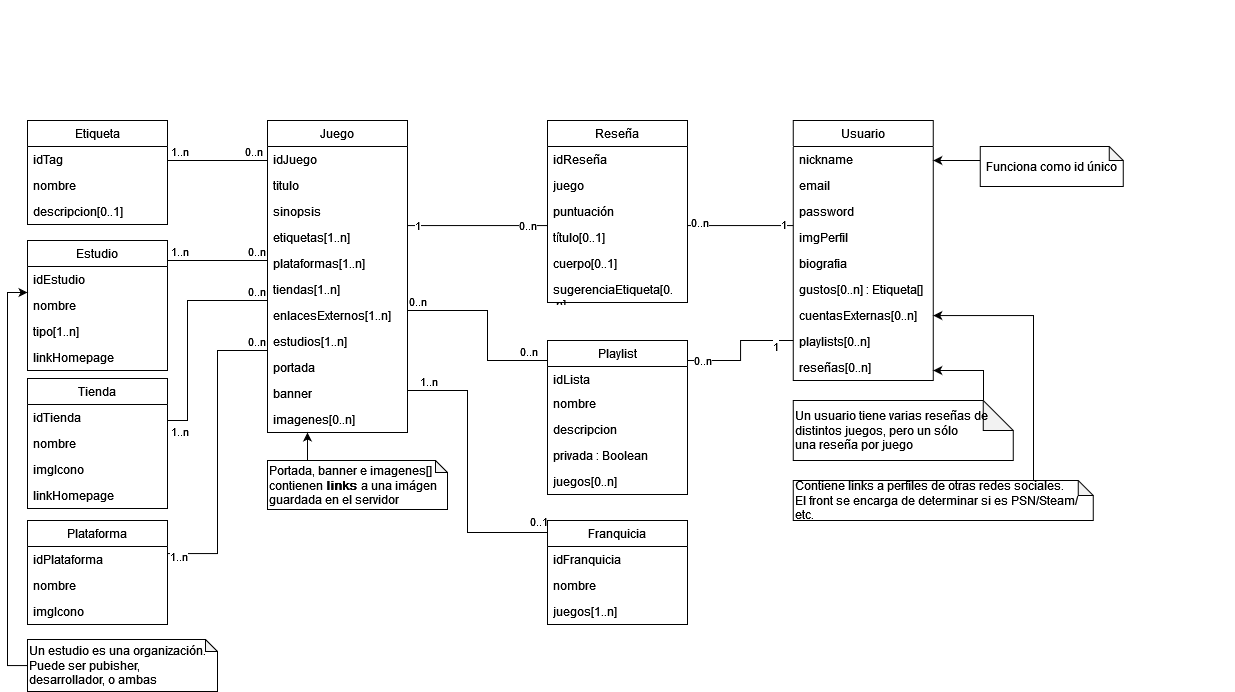
Before: DC_v1.1.png, a diagram exported from draw.io (Maig0l/proyecto-dsw). Source tidied: cells renumbered, new cells last; positions are measured from the earlier drawing's top-left corner, leaving out a move shared by most shapes.
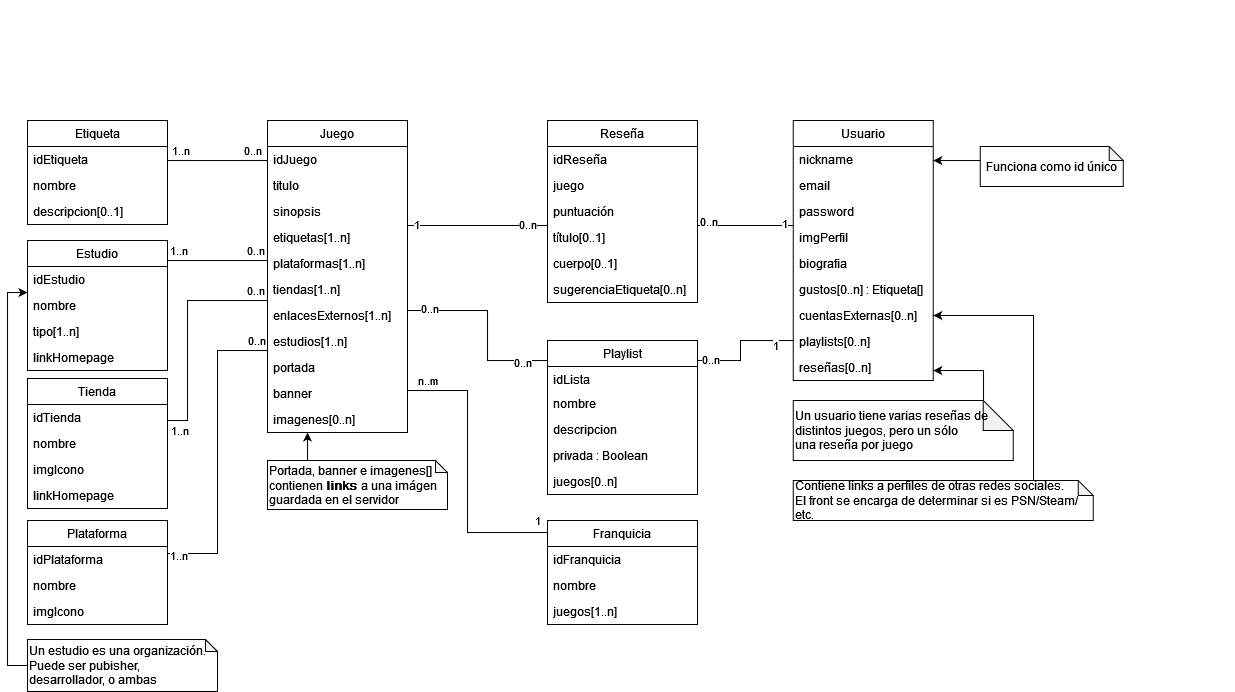
After the commit.

What changed in the source:
```diff
@@ -80,25 +80,25 @@
       <mxGeometry x="0.81" y="2" relative="1" as="geometry" />
     </mxCell>
     <mxCell id="22" value="Reseña" style="swimlane;fontStyle=0;horizontal=1;startSize=26;fillColor=none;whiteSpace=wrap;html=1;" parent="1" vertex="1">
-      <mxGeometry x="540" y="120" width="140" height="182" as="geometry" />
+      <mxGeometry x="540" y="120" width="150" height="182" as="geometry" />
     </mxCell>
     <mxCell id="23" value="idReseña" style="text;strokeColor=none;fillColor=none;align=left;verticalAlign=top;spacingLeft=4;spacingRight=4;overflow=hidden;whiteSpace=wrap;html=1;" parent="22" vertex="1">
-      <mxGeometry y="26" width="140" height="26" as="geometry" />
+      <mxGeometry y="26" width="150" height="26" as="geometry" />
     </mxCell>
     <mxCell id="24" value="juego" style="text;strokeColor=none;fillColor=none;align=left;verticalAlign=top;spacingLeft=4;spacingRight=4;overflow=hidden;whiteSpace=wrap;html=1;" parent="22" vertex="1">
-      <mxGeometry y="52" width="140" height="26" as="geometry" />
+      <mxGeometry y="52" width="150" height="26" as="geometry" />
     </mxCell>
     <mxCell id="25" value="puntuación" style="text;strokeColor=none;fillColor=none;align=left;verticalAlign=top;spacingLeft=4;spacingRight=4;overflow=hidden;whiteSpace=wrap;html=1;" parent="22" vertex="1">
-      <mxGeometry y="78" width="140" height="26" as="geometry" />
+      <mxGeometry y="78" width="150" height="26" as="geometry" />
     </mxCell>
     <mxCell id="26" value="título[0..1]" style="text;strokeColor=none;fillColor=none;align=left;verticalAlign=top;spacingLeft=4;spacingRight=4;overflow=hidden;whiteSpace=wrap;html=1;" parent="22" vertex="1">
-      <mxGeometry y="104" width="140" height="26" as="geometry" />
+      <mxGeometry y="104" width="150" height="26" as="geometry" />
     </mxCell>
     <mxCell id="27" value="cuerpo[0..1]" style="text;strokeColor=none;fillColor=none;align=left;verticalAlign=top;spacingLeft=4;spacingRight=4;overflow=hidden;whiteSpace=wrap;html=1;" parent="22" vertex="1">
-      <mxGeometry y="130" width="140" height="26" as="geometry" />
+      <mxGeometry y="130" width="150" height="26" as="geometry" />
     </mxCell>
     <mxCell id="28" value="sugerenciaEtiqueta[0..n]" style="text;strokeColor=none;fillColor=none;align=left;verticalAlign=top;spacingLeft=4;spacingRight=4;overflow=hidden;whiteSpace=wrap;html=1;" parent="22" vertex="1">
-      <mxGeometry y="156" width="140" height="26" as="geometry" />
+      <mxGeometry y="156" width="150" height="26" as="geometry" />
     </mxCell>
     <mxCell id="29" style="edgeStyle=orthogonalEdgeStyle;rounded=0;jettySize=auto;html=1;endArrow=none;endFill=0;" parent="1" edge="1" source="32" target="2">
       <mxGeometry relative="1" as="geometry">
@@ -108,27 +108,27 @@
         </Array>
       </mxGeometry>
     </mxCell>
-    <mxCell id="30" value="1..n" style="edgeLabel;html=1;align=center;verticalAlign=middle;" parent="29" vertex="1">
+    <mxCell id="30" value="n..m" style="edgeLabel;html=1;align=center;verticalAlign=middle;" parent="29" vertex="1">
       <mxGeometry x="0.78" y="-2" relative="1" as="geometry">
         <mxPoint x="-11" y="-8" as="offset" />
       </mxGeometry>
     </mxCell>
-    <mxCell id="31" value="0..1" style="edgeLabel;html=1;align=center;verticalAlign=middle;" parent="29" vertex="1">
+    <mxCell id="31" value="1" style="edgeLabel;html=1;align=center;verticalAlign=middle;" parent="29" vertex="1">
       <mxGeometry x="-0.81" relative="1" as="geometry">
         <mxPoint x="16" y="-12" as="offset" />
       </mxGeometry>
     </mxCell>
     <mxCell id="32" value="Franquicia" style="swimlane;fontStyle=0;horizontal=1;startSize=26;fillColor=none;whiteSpace=wrap;html=1;" parent="1" vertex="1">
-      <mxGeometry x="540" y="520" width="140" height="104" as="geometry" />
+      <mxGeometry x="540" y="520" width="150" height="104" as="geometry" />
     </mxCell>
     <mxCell id="33" value="idFranquicia" style="text;strokeColor=none;fillColor=none;align=left;verticalAlign=top;spacingLeft=4;spacingRight=4;overflow=hidden;whiteSpace=wrap;html=1;" parent="32" vertex="1">
-      <mxGeometry y="26" width="140" height="26" as="geometry" />
+      <mxGeometry y="26" width="150" height="26" as="geometry" />
     </mxCell>
     <mxCell id="34" value="nombre" style="text;strokeColor=none;fillColor=none;align=left;verticalAlign=top;spacingLeft=4;spacingRight=4;overflow=hidden;whiteSpace=wrap;html=1;" parent="32" vertex="1">
-      <mxGeometry y="52" width="140" height="26" as="geometry" />
+      <mxGeometry y="52" width="150" height="26" as="geometry" />
     </mxCell>
     <mxCell id="35" value="juegos[1..n]" style="text;strokeColor=none;fillColor=none;align=left;verticalAlign=top;spacingLeft=4;spacingRight=4;overflow=hidden;whiteSpace=wrap;html=1;" parent="32" vertex="1">
-      <mxGeometry y="78" width="140" height="26" as="geometry" />
+      <mxGeometry y="78" width="150" height="26" as="geometry" />
     </mxCell>
     <mxCell id="36" style="edgeStyle=orthogonalEdgeStyle;rounded=0;jettySize=auto;html=1;endArrow=none;endFill=0;" parent="1" edge="1" source="42" target="49">
       <mxGeometry relative="1" as="geometry">
@@ -155,32 +155,28 @@
       </mxGeometry>
     </mxCell>
     <mxCell id="40" value="0..n" style="edgeLabel;html=1;align=center;verticalAlign=middle;" parent="39" vertex="1">
-      <mxGeometry x="0.77" y="-2" relative="1" as="geometry">
-        <mxPoint x="-12" y="-8" as="offset" />
-      </mxGeometry>
+      <mxGeometry x="0.77" y="-2" relative="1" as="geometry" />
     </mxCell>
     <mxCell id="41" value="0..n" style="edgeLabel;html=1;align=center;verticalAlign=middle;" parent="39" vertex="1">
-      <mxGeometry x="-0.73" y="2" relative="1" as="geometry">
-        <mxPoint x="5" y="-12" as="offset" />
-      </mxGeometry>
+      <mxGeometry x="-0.73" y="2" relative="1" as="geometry" />
     </mxCell>
     <mxCell id="42" value="Playlist" style="swimlane;fontStyle=0;horizontal=1;startSize=26;fillColor=none;whiteSpace=wrap;html=1;" parent="1" vertex="1">
-      <mxGeometry x="540" y="340" width="140" height="154" as="geometry" />
+      <mxGeometry x="540" y="340" width="150" height="154" as="geometry" />
     </mxCell>
     <mxCell id="43" value="idLista" style="text;strokeColor=none;fillColor=none;align=left;verticalAlign=top;spacingLeft=4;spacingRight=4;overflow=hidden;whiteSpace=wrap;html=1;" parent="42" vertex="1">
-      <mxGeometry y="26" width="140" height="24" as="geometry" />
+      <mxGeometry y="26" width="150" height="24" as="geometry" />
     </mxCell>
     <mxCell id="44" value="nombre" style="text;strokeColor=none;fillColor=none;align=left;verticalAlign=top;spacingLeft=4;spacingRight=4;overflow=hidden;whiteSpace=wrap;html=1;" parent="42" vertex="1">
-      <mxGeometry y="50" width="140" height="26" as="geometry" />
+      <mxGeometry y="50" width="150" height="26" as="geometry" />
     </mxCell>
     <mxCell id="45" value="descripcion" style="text;strokeColor=none;fillColor=none;align=left;verticalAlign=top;spacingLeft=4;spacingRight=4;overflow=hidden;whiteSpace=wrap;html=1;" parent="42" vertex="1">
-      <mxGeometry y="76" width="140" height="26" as="geometry" />
+      <mxGeometry y="76" width="150" height="26" as="geometry" />
     </mxCell>
     <mxCell id="46" value="privada : Boolean" style="text;strokeColor=none;fillColor=none;align=left;verticalAlign=top;spacingLeft=4;spacingRight=4;overflow=hidden;whiteSpace=wrap;html=1;" parent="42" vertex="1">
-      <mxGeometry y="102" width="140" height="26" as="geometry" />
+      <mxGeometry y="102" width="150" height="26" as="geometry" />
     </mxCell>
     <mxCell id="47" value="juegos[0..n]" style="text;strokeColor=none;fillColor=none;align=left;verticalAlign=top;spacingLeft=4;spacingRight=4;overflow=hidden;whiteSpace=wrap;html=1;" parent="42" vertex="1">
-      <mxGeometry y="128" width="140" height="26" as="geometry" />
+      <mxGeometry y="128" width="150" height="26" as="geometry" />
     </mxCell>
     <mxCell id="48" style="group;" parent="1" vertex="1">
       <mxGeometry x="820" width="407" height="316" as="geometry" />
@@ -249,7 +245,7 @@
     <mxCell id="65" value="Etiqueta" style="swimlane;fontStyle=0;horizontal=1;startSize=26;fillColor=none;whiteSpace=wrap;html=1;" parent="1" vertex="1">
       <mxGeometry x="20" y="120" width="140" height="104" as="geometry" />
     </mxCell>
-    <mxCell id="66" value="idTag" style="text;strokeColor=none;fillColor=none;align=left;verticalAlign=top;spacingLeft=4;spacingRight=4;overflow=hidden;whiteSpace=wrap;html=1;" parent="65" vertex="1">
+    <mxCell id="66" value="idEtiqueta" style="text;strokeColor=none;fillColor=none;align=left;verticalAlign=top;spacingLeft=4;spacingRight=4;overflow=hidden;whiteSpace=wrap;html=1;" parent="65" vertex="1">
       <mxGeometry y="26" width="140" height="26" as="geometry" />
     </mxCell>
     <mxCell id="67" value="nombre" style="text;strokeColor=none;fillColor=none;align=left;verticalAlign=top;spacingLeft=4;spacingRight=4;overflow=hidden;whiteSpace=wrap;html=1;" parent="65" vertex="1">
```
